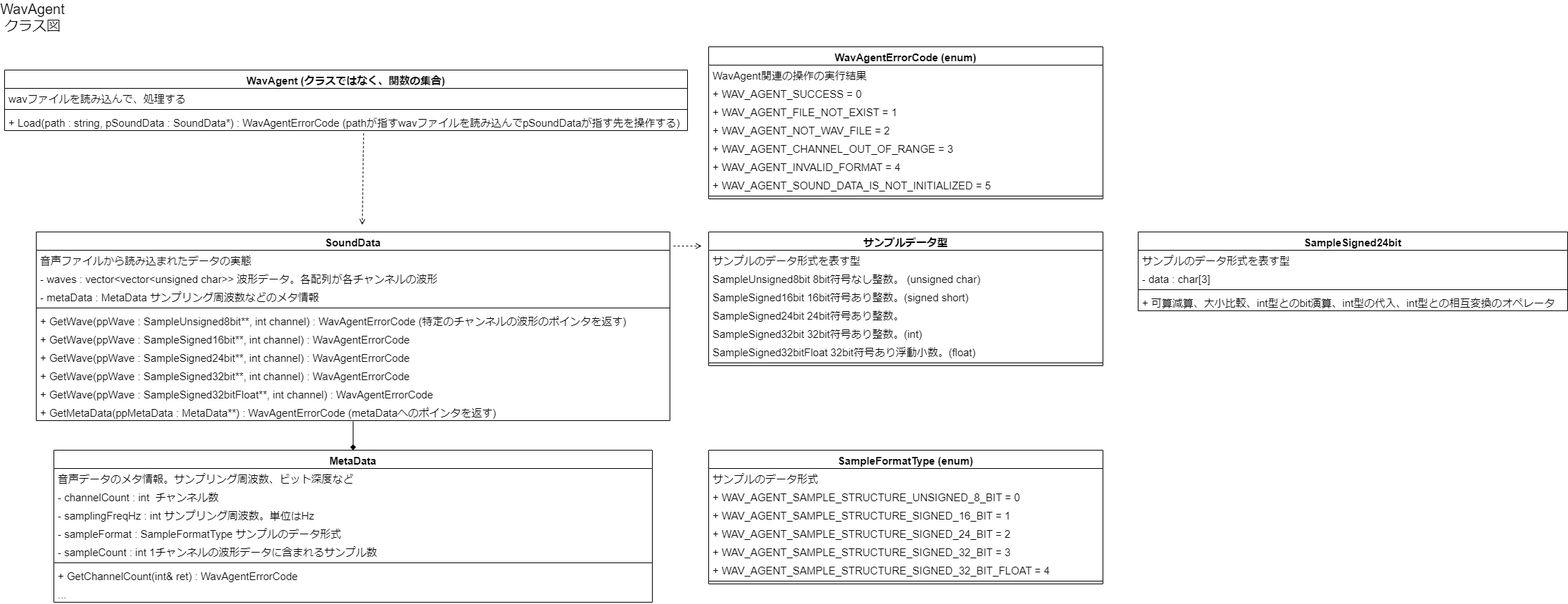
The draw.io diagram design/WavAgentClassDiagram.png in Dumble009/WavAgent, before a commit. Source tidied: cells renumbered, new cells last; positions are measured from the earlier drawing's top-left corner, leaving out a move shared by most shapes.
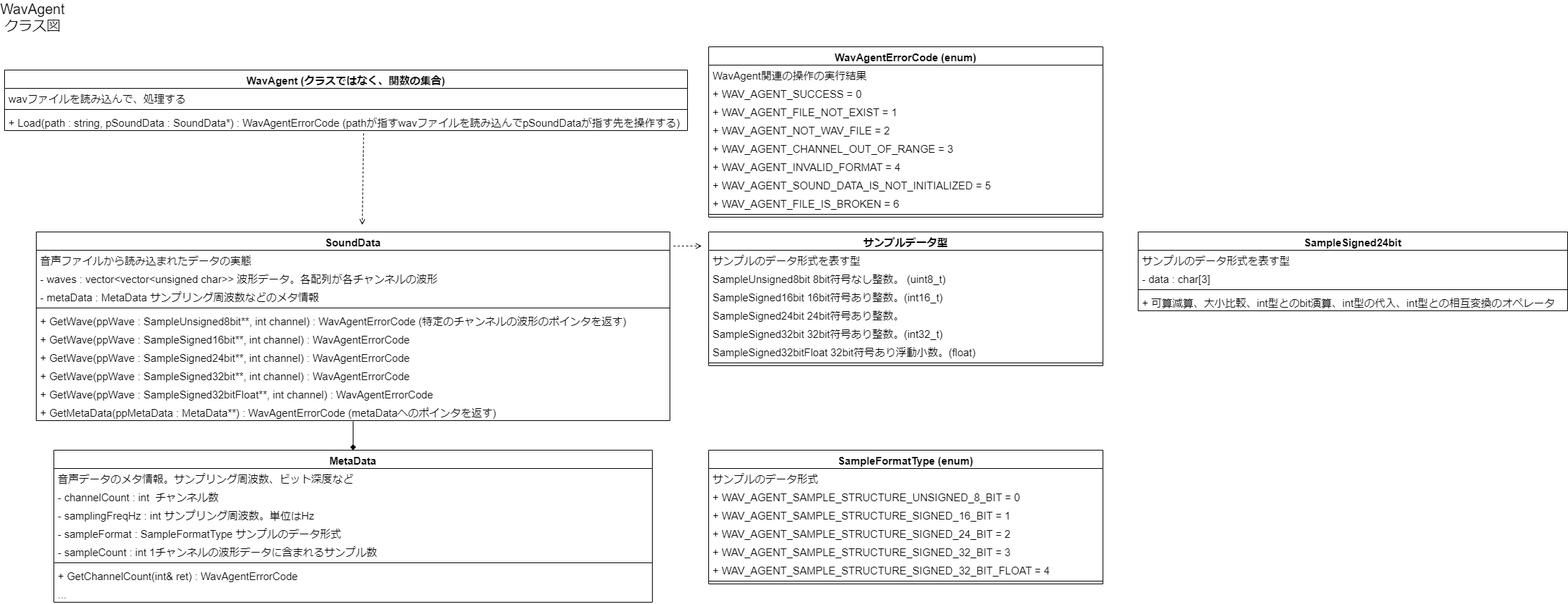
After the commit.

Commit message:
クラス図のWavAgentErrorCodeにWAV_AGENT_FILE_IS_BROKENを追加

The edit, as a diff of the source:
```diff
@@ -87,7 +87,7 @@
       <mxGeometry relative="1" as="geometry" />
     </mxCell>
     <mxCell id="29" value="WavAgentErrorCode (enum)" style="swimlane;fontStyle=1;align=center;verticalAlign=top;horizontal=1;startSize=26;fontSize=15;" parent="1" vertex="1">
-      <mxGeometry x="1000" y="57" width="560" height="216" as="geometry" />
+      <mxGeometry x="1000" y="57" width="560" height="242" as="geometry" />
     </mxCell>
     <mxCell id="30" value="WavAgent関連の操作の実行結果" style="text;strokeColor=none;fillColor=none;align=left;verticalAlign=top;spacingLeft=4;spacingRight=4;overflow=hidden;fontSize=15;" parent="29" vertex="1">
       <mxGeometry y="26" width="560" height="26" as="geometry" />
@@ -110,8 +110,11 @@
     <mxCell id="36" value="+ WAV_AGENT_SOUND_DATA_IS_NOT_INITIALIZED = 5" style="text;strokeColor=none;fillColor=none;align=left;verticalAlign=top;spacingLeft=4;spacingRight=4;overflow=hidden;fontSize=15;" parent="29" vertex="1">
       <mxGeometry y="182" width="560" height="26" as="geometry" />
     </mxCell>
+    <mxCell id="60" value="+ WAV_AGENT_FILE_IS_BROKEN = 6" style="text;strokeColor=none;fillColor=none;align=left;verticalAlign=top;spacingLeft=4;spacingRight=4;overflow=hidden;fontSize=15;" parent="29" vertex="1">
+      <mxGeometry y="208" width="560" height="26" as="geometry" />
+    </mxCell>
     <mxCell id="37" style="line;strokeWidth=1;fillColor=none;align=left;verticalAlign=middle;spacingTop=-1;spacingLeft=3;spacingRight=3;labelPosition=right;fontSize=15;" parent="29" vertex="1">
-      <mxGeometry y="208" width="560" height="8" as="geometry" />
+      <mxGeometry y="234" width="560" height="8" as="geometry" />
     </mxCell>
     <mxCell id="38" value="SampleFormatType (enum)" style="swimlane;fontStyle=1;align=center;verticalAlign=top;horizontal=1;startSize=26;fontSize=15;" parent="1" vertex="1">
       <mxGeometry x="1000" y="630" width="560" height="190" as="geometry" />
@@ -143,16 +146,16 @@
     <mxCell id="47" value="サンプルのデータ形式を表す型" style="text;strokeColor=none;fillColor=none;align=left;verticalAlign=top;spacingLeft=4;spacingRight=4;overflow=hidden;fontSize=15;" parent="46" vertex="1">
       <mxGeometry y="26" width="560" height="26" as="geometry" />
     </mxCell>
-    <mxCell id="48" value="SampleUnsigned8bit 8bit符号なし整数。 (unsigned char)" style="text;strokeColor=none;fillColor=none;align=left;verticalAlign=top;spacingLeft=4;spacingRight=4;overflow=hidden;fontSize=15;" parent="46" vertex="1">
+    <mxCell id="48" value="SampleUnsigned8bit 8bit符号なし整数。 (uint8_t)" style="text;strokeColor=none;fillColor=none;align=left;verticalAlign=top;spacingLeft=4;spacingRight=4;overflow=hidden;fontSize=15;" parent="46" vertex="1">
       <mxGeometry y="52" width="560" height="26" as="geometry" />
     </mxCell>
-    <mxCell id="49" value="SampleSigned16bit 16bit符号あり整数。(signed short)" style="text;strokeColor=none;fillColor=none;align=left;verticalAlign=top;spacingLeft=4;spacingRight=4;overflow=hidden;fontSize=15;" parent="46" vertex="1">
+    <mxCell id="49" value="SampleSigned16bit 16bit符号あり整数。(int16_t)" style="text;strokeColor=none;fillColor=none;align=left;verticalAlign=top;spacingLeft=4;spacingRight=4;overflow=hidden;fontSize=15;" parent="46" vertex="1">
       <mxGeometry y="78" width="560" height="26" as="geometry" />
     </mxCell>
     <mxCell id="50" value="SampleSigned24bit 24bit符号あり整数。" style="text;strokeColor=none;fillColor=none;align=left;verticalAlign=top;spacingLeft=4;spacingRight=4;overflow=hidden;fontSize=15;" parent="46" vertex="1">
       <mxGeometry y="104" width="560" height="26" as="geometry" />
     </mxCell>
-    <mxCell id="51" value="SampleSigned32bit 32bit符号あり整数。(int)" style="text;strokeColor=none;fillColor=none;align=left;verticalAlign=top;spacingLeft=4;spacingRight=4;overflow=hidden;fontSize=15;" parent="46" vertex="1">
+    <mxCell id="51" value="SampleSigned32bit 32bit符号あり整数。(int32_t)" style="text;strokeColor=none;fillColor=none;align=left;verticalAlign=top;spacingLeft=4;spacingRight=4;overflow=hidden;fontSize=15;" parent="46" vertex="1">
       <mxGeometry y="130" width="560" height="26" as="geometry" />
     </mxCell>
     <mxCell id="52" value="SampleSigned32bitFloat 32bit符号あり浮動小数。(float)" style="text;strokeColor=none;fillColor=none;align=left;verticalAlign=top;spacingLeft=4;spacingRight=4;overflow=hidden;fontSize=15;" parent="46" vertex="1">
```
